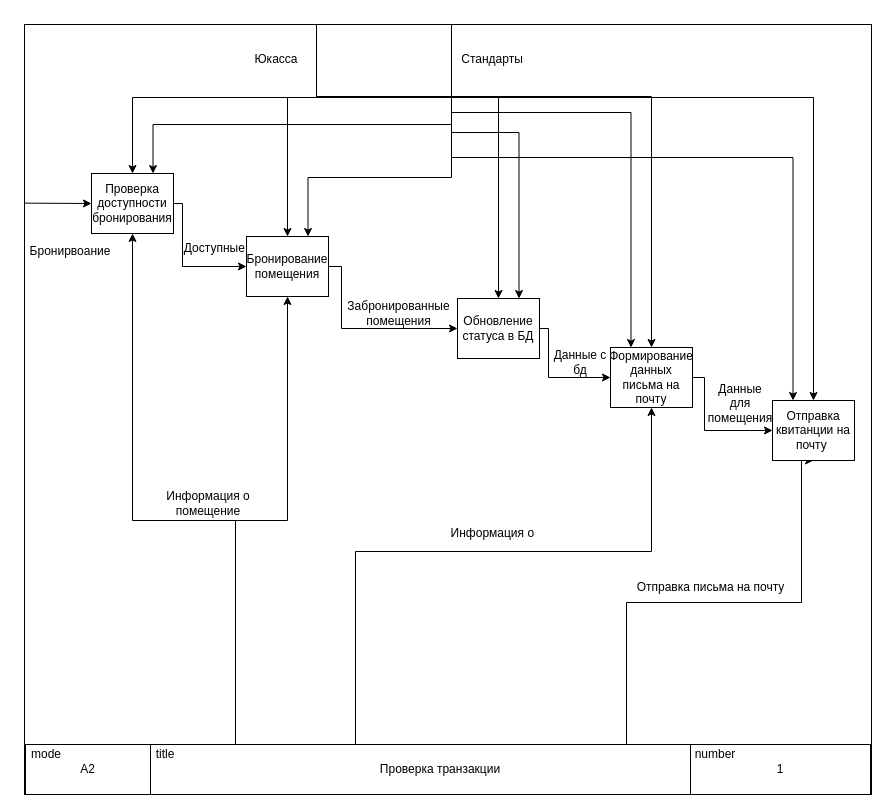
Above: Курсовая 2025/Диаграммы/Диаграмма декомпозиций А2.drawio in Honeysuckle52/interior (draw.io), before the change. Source tidied: cells renumbered, new cells numbered last; positions are measured from the earlier drawing's top-left corner, leaving out a move shared by most shapes. Both pictures are drawn from the tidied source at 100%, with x=0, y=0 at pixel (24, 24).
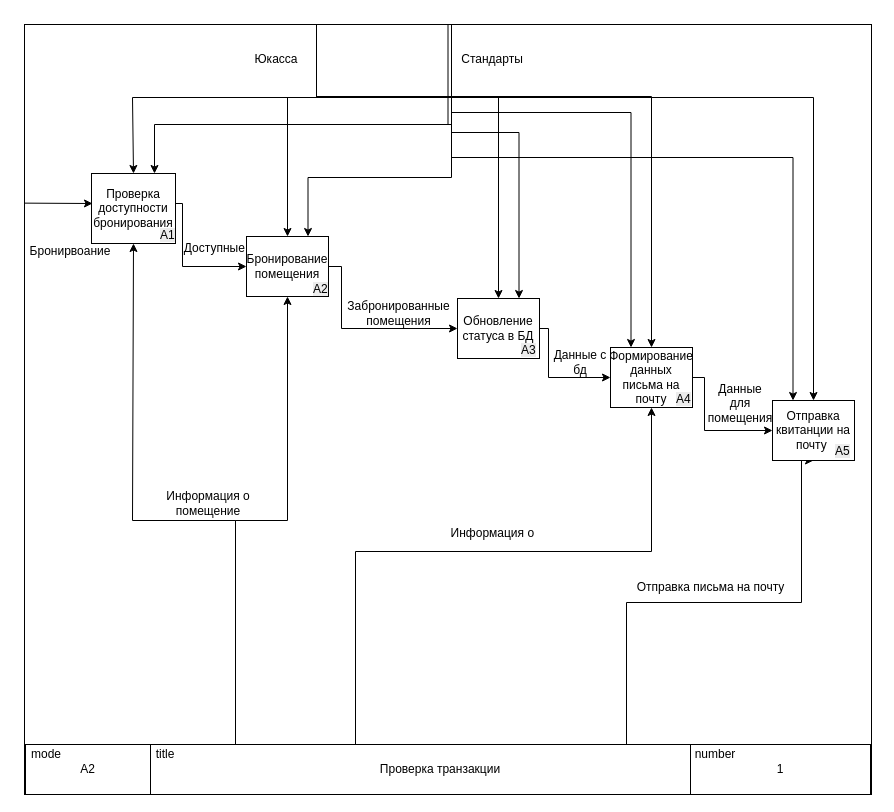
Above is the later version.

Unchanged cells that the change refers to:
```xml
<mxCell id="2" style="rounded=0;whiteSpace=wrap;html=1;" parent="1" vertex="1">
  <mxGeometry width="847" height="770" as="geometry" />
</mxCell>
```

Diff of the diagram source:
```diff
@@
     <mxCell id="24" value="Проверка доступности бронирования" style="rounded=0;whiteSpace=wrap;html=1;" parent="1" vertex="1">
-      <mxGeometry x="67" y="149" width="82" height="60" as="geometry" />
+      <mxGeometry x="67" y="149" width="84" height="70" as="geometry" />
     </mxCell>
@@
-    <mxCell id="32" style="endArrow=classic;html=1;rounded=0;entryX=0;entryY=0.5;entryDx=0;entryDy=0;exitX=0;exitY=0.232;exitDx=0;exitDy=0;exitPerimeter=0;" parent="1" edge="1" source="2" target="24">
-      <mxGeometry relative="1" as="geometry" />
+    <mxCell id="32" style="endArrow=classic;html=1;rounded=0;exitX=0;exitY=0.232;exitDx=0;exitDy=0;exitPerimeter=0;" parent="1" edge="1" source="2">
+      <mxGeometry relative="1" as="geometry">
+        <mxPoint x="68" y="179" as="targetPoint" />
+      </mxGeometry>
     </mxCell>
@@
+    <mxCell id="43" value="&lt;span style=&quot;color: rgb(0, 0, 0); font-family: Helvetica; font-size: 12px; font-style: normal; font-variant-ligatures: normal; font-variant-caps: normal; font-weight: 400; letter-spacing: normal; orphans: 2; text-align: center; text-indent: 0px; text-transform: none; widows: 2; word-spacing: 0px; -webkit-text-stroke-width: 0px; white-space: normal; background-color: rgb(236, 236, 236); text-decoration-thickness: initial; text-decoration-style: initial; text-decoration-color: initial; float: none; display: inline !important;&quot;&gt;А1&lt;/span&gt;&lt;div&gt;&lt;span style=&quot;color: rgb(0, 0, 0); font-family: Helvetica; font-size: 12px; font-style: normal; font-variant-ligatures: normal; font-variant-caps: normal; font-weight: 400; letter-spacing: normal; orphans: 2; text-align: center; text-indent: 0px; text-transform: none; widows: 2; word-spacing: 0px; -webkit-text-stroke-width: 0px; white-space: normal; background-color: rgb(236, 236, 236); text-decoration-thickness: initial; text-decoration-style: initial; text-decoration-color: initial; float: none; display: inline !important;&quot;&gt;&lt;br&gt;&lt;/span&gt;&lt;/div&gt;" style="text;whiteSpace=wrap;html=1;" parent="1" vertex="1">
+      <mxGeometry x="134" y="197" width="43" height="36" as="geometry" />
+    </mxCell>
+    <mxCell id="44" value="&lt;span style=&quot;color: rgb(0, 0, 0); font-family: Helvetica; font-size: 12px; font-style: normal; font-variant-ligatures: normal; font-variant-caps: normal; font-weight: 400; letter-spacing: normal; orphans: 2; text-align: center; text-indent: 0px; text-transform: none; widows: 2; word-spacing: 0px; -webkit-text-stroke-width: 0px; white-space: normal; background-color: rgb(236, 236, 236); text-decoration-thickness: initial; text-decoration-style: initial; text-decoration-color: initial; display: inline !important; float: none;&quot;&gt;А2&lt;/span&gt;" style="text;whiteSpace=wrap;html=1;" parent="1" vertex="1">
+      <mxGeometry x="287" y="251" width="43" height="36" as="geometry" />
+    </mxCell>
+    <mxCell id="45" value="&lt;span style=&quot;color: rgb(0, 0, 0); font-family: Helvetica; font-size: 12px; font-style: normal; font-variant-ligatures: normal; font-variant-caps: normal; font-weight: 400; letter-spacing: normal; orphans: 2; text-align: center; text-indent: 0px; text-transform: none; widows: 2; word-spacing: 0px; -webkit-text-stroke-width: 0px; white-space: normal; background-color: rgb(236, 236, 236); text-decoration-thickness: initial; text-decoration-style: initial; text-decoration-color: initial; float: none; display: inline !important;&quot;&gt;А3&lt;/span&gt;&lt;div&gt;&lt;span style=&quot;color: rgb(0, 0, 0); font-family: Helvetica; font-size: 12px; font-style: normal; font-variant-ligatures: normal; font-variant-caps: normal; font-weight: 400; letter-spacing: normal; orphans: 2; text-align: center; text-indent: 0px; text-transform: none; widows: 2; word-spacing: 0px; -webkit-text-stroke-width: 0px; white-space: normal; background-color: rgb(236, 236, 236); text-decoration-thickness: initial; text-decoration-style: initial; text-decoration-color: initial; float: none; display: inline !important;&quot;&gt;&lt;br&gt;&lt;/span&gt;&lt;/div&gt;" style="text;whiteSpace=wrap;html=1;" parent="1" vertex="1">
+      <mxGeometry x="495" y="312" width="43" height="36" as="geometry" />
+    </mxCell>
+    <mxCell id="46" value="&lt;span style=&quot;color: rgb(0, 0, 0); font-family: Helvetica; font-size: 12px; font-style: normal; font-variant-ligatures: normal; font-variant-caps: normal; font-weight: 400; letter-spacing: normal; orphans: 2; text-align: center; text-indent: 0px; text-transform: none; widows: 2; word-spacing: 0px; -webkit-text-stroke-width: 0px; white-space: normal; background-color: rgb(236, 236, 236); text-decoration-thickness: initial; text-decoration-style: initial; text-decoration-color: initial; float: none; display: inline !important;&quot;&gt;А4&lt;/span&gt;&lt;div&gt;&lt;span style=&quot;color: rgb(0, 0, 0); font-family: Helvetica; font-size: 12px; font-style: normal; font-variant-ligatures: normal; font-variant-caps: normal; font-weight: 400; letter-spacing: normal; orphans: 2; text-align: center; text-indent: 0px; text-transform: none; widows: 2; word-spacing: 0px; -webkit-text-stroke-width: 0px; white-space: normal; background-color: rgb(236, 236, 236); text-decoration-thickness: initial; text-decoration-style: initial; text-decoration-color: initial; float: none; display: inline !important;&quot;&gt;&lt;br&gt;&lt;/span&gt;&lt;/div&gt;" style="text;whiteSpace=wrap;html=1;" parent="1" vertex="1">
+      <mxGeometry x="650" y="361" width="43" height="36" as="geometry" />
+    </mxCell>
+    <mxCell id="47" value="&lt;span style=&quot;color: rgb(0, 0, 0); font-family: Helvetica; font-size: 12px; font-style: normal; font-variant-ligatures: normal; font-variant-caps: normal; font-weight: 400; letter-spacing: normal; orphans: 2; text-align: center; text-indent: 0px; text-transform: none; widows: 2; word-spacing: 0px; -webkit-text-stroke-width: 0px; white-space: normal; background-color: rgb(236, 236, 236); text-decoration-thickness: initial; text-decoration-style: initial; text-decoration-color: initial; float: none; display: inline !important;&quot;&gt;А5&lt;/span&gt;&lt;div&gt;&lt;span style=&quot;color: rgb(0, 0, 0); font-family: Helvetica; font-size: 12px; font-style: normal; font-variant-ligatures: normal; font-variant-caps: normal; font-weight: 400; letter-spacing: normal; orphans: 2; text-align: center; text-indent: 0px; text-transform: none; widows: 2; word-spacing: 0px; -webkit-text-stroke-width: 0px; white-space: normal; background-color: rgb(236, 236, 236); text-decoration-thickness: initial; text-decoration-style: initial; text-decoration-color: initial; float: none; display: inline !important;&quot;&gt;&lt;br&gt;&lt;/span&gt;&lt;/div&gt;" style="text;whiteSpace=wrap;html=1;" parent="1" vertex="1">
+      <mxGeometry x="809" y="413" width="43" height="36" as="geometry" />
+    </mxCell>
```
